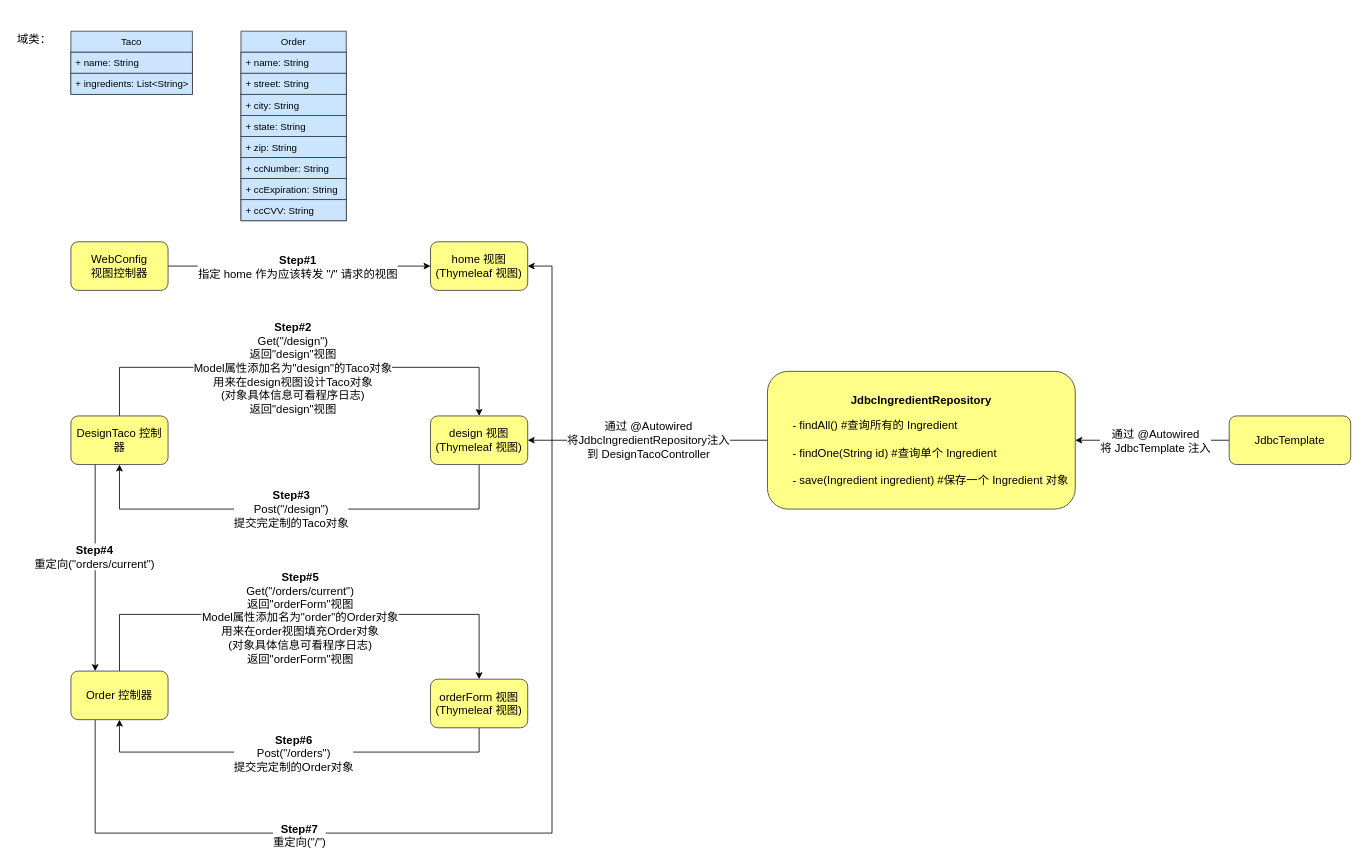
This is flow_chart.drawio from LilithCoder/taco-cloud, a draw.io file, before an edit. Source tidied: cells renumbered, new cells numbered last; positions are measured from the earlier drawing's top-left corner, leaving out a move shared by most shapes. Both pictures are drawn from the tidied source at 81%, with x=0, y=0 at pixel (14, 31).
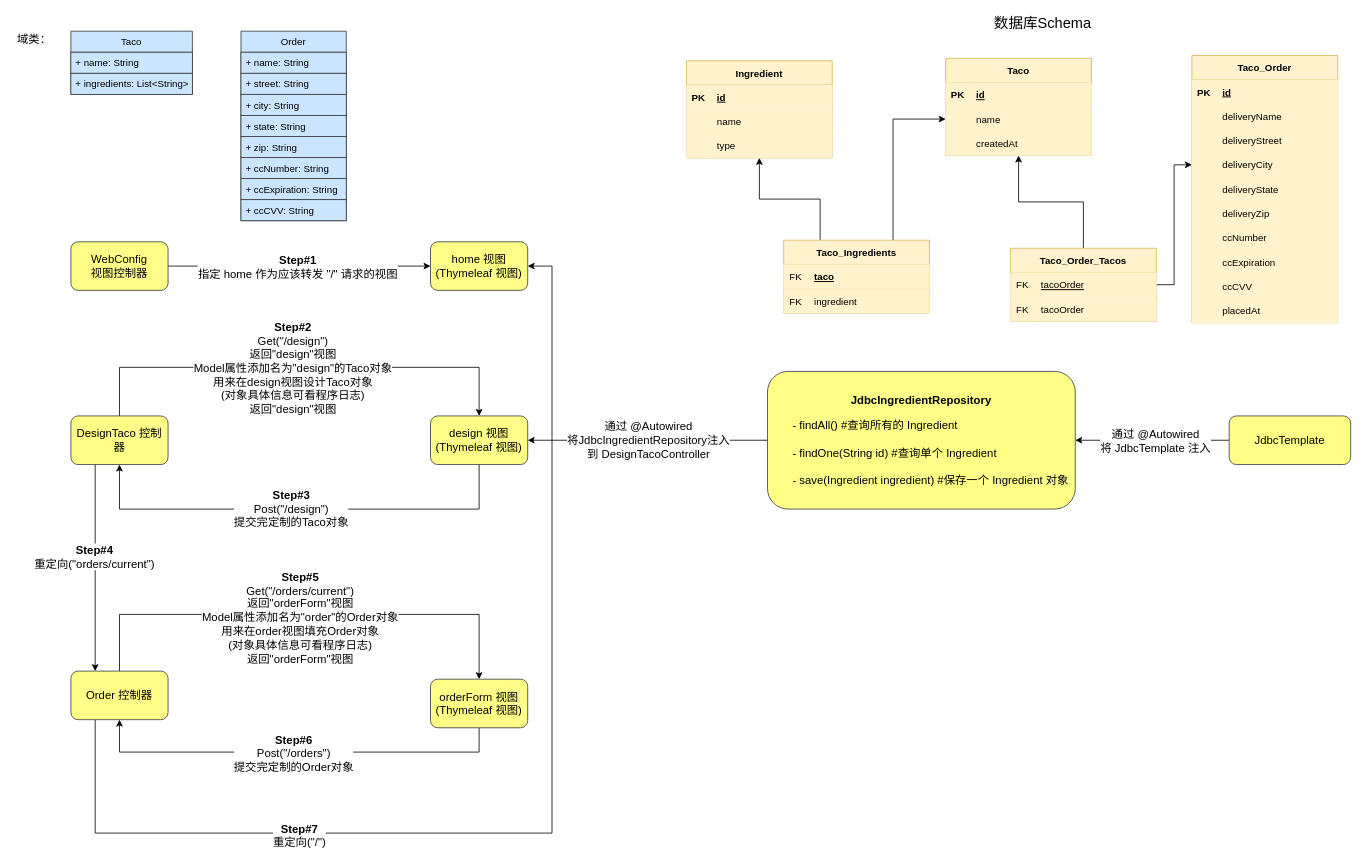
The same diagram, later.

The edit, as a diff of the source:
```diff
@@
+    <mxCell id="41" value="Ingredient" style="shape=table;startSize=30;childLayout=tableLayout;rowLines=0;fontStyle=1;align=center;fillColor=#fff2cc;strokeColor=#d6b656;" parent="1" vertex="1">
+      <mxGeometry x="830" y="36.5" width="180" height="120" as="geometry" />
+    </mxCell>
+    <mxCell id="42" style="shape=partialRectangle;fillColor=#fff2cc;top=0;left=0;bottom=1;right=0;strokeColor=#d6b656;" parent="41" vertex="1">
+      <mxGeometry y="30" width="180" height="30" as="geometry" />
+    </mxCell>
+    <mxCell id="43" value="PK" style="shape=partialRectangle;fillColor=#fff2cc;top=0;left=0;bottom=0;right=0;fontStyle=1;overflow=hidden;strokeColor=#d6b656;" parent="42" vertex="1">
+      <mxGeometry width="30" height="30" as="geometry" />
+    </mxCell>
+    <mxCell id="44" value="id" style="shape=partialRectangle;fillColor=#fff2cc;top=0;left=0;bottom=0;right=0;align=left;spacingLeft=6;fontStyle=5;overflow=hidden;strokeColor=#d6b656;" parent="42" vertex="1">
+      <mxGeometry x="30" width="150" height="30" as="geometry" />
+    </mxCell>
+    <mxCell id="45" style="shape=partialRectangle;fillColor=#fff2cc;top=0;left=0;bottom=0;right=0;strokeColor=#d6b656;" parent="41" vertex="1">
+      <mxGeometry y="60" width="180" height="30" as="geometry" />
+    </mxCell>
+    <mxCell id="46" style="shape=partialRectangle;fillColor=#fff2cc;top=0;left=0;bottom=0;right=0;overflow=hidden;strokeColor=#d6b656;" parent="45" vertex="1">
+      <mxGeometry width="30" height="30" as="geometry" />
+    </mxCell>
+    <mxCell id="47" value="name" style="shape=partialRectangle;fillColor=#fff2cc;top=0;left=0;bottom=0;right=0;align=left;spacingLeft=6;overflow=hidden;strokeColor=#d6b656;" parent="45" vertex="1">
+      <mxGeometry x="30" width="150" height="30" as="geometry" />
+    </mxCell>
+    <mxCell id="48" style="shape=partialRectangle;fillColor=#fff2cc;top=0;left=0;bottom=0;right=0;strokeColor=#d6b656;" parent="41" vertex="1">
+      <mxGeometry y="90" width="180" height="30" as="geometry" />
+    </mxCell>
+    <mxCell id="49" style="shape=partialRectangle;fillColor=#fff2cc;top=0;left=0;bottom=0;right=0;overflow=hidden;strokeColor=#d6b656;" parent="48" vertex="1">
+      <mxGeometry width="30" height="30" as="geometry" />
+    </mxCell>
+    <mxCell id="50" value="type" style="shape=partialRectangle;fillColor=#fff2cc;top=0;left=0;bottom=0;right=0;align=left;spacingLeft=6;overflow=hidden;strokeColor=#d6b656;" parent="48" vertex="1">
+      <mxGeometry x="30" width="150" height="30" as="geometry" />
+    </mxCell>
+    <mxCell id="51" value="Taco" style="shape=table;startSize=30;childLayout=tableLayout;rowLines=0;fontStyle=1;align=center;fillColor=#fff2cc;strokeColor=#d6b656;" parent="1" vertex="1">
+      <mxGeometry x="1150" y="33.5" width="180" height="120" as="geometry" />
+    </mxCell>
+    <mxCell id="52" style="shape=partialRectangle;fillColor=#fff2cc;top=0;left=0;bottom=1;right=0;strokeColor=#d6b656;" parent="51" vertex="1">
+      <mxGeometry y="30" width="180" height="30" as="geometry" />
+    </mxCell>
+    <mxCell id="53" value="PK" style="shape=partialRectangle;fillColor=#fff2cc;top=0;left=0;bottom=0;right=0;fontStyle=1;overflow=hidden;strokeColor=#d6b656;" parent="52" vertex="1">
+      <mxGeometry width="30" height="30" as="geometry" />
+    </mxCell>
+    <mxCell id="54" value="id" style="shape=partialRectangle;fillColor=#fff2cc;top=0;left=0;bottom=0;right=0;align=left;spacingLeft=6;fontStyle=5;overflow=hidden;strokeColor=#d6b656;" parent="52" vertex="1">
+      <mxGeometry x="30" width="150" height="30" as="geometry" />
+    </mxCell>
+    <mxCell id="55" style="shape=partialRectangle;fillColor=#fff2cc;top=0;left=0;bottom=0;right=0;points=[[0,0.5],[1,0.5]];portConstraint=eastwest;strokeColor=#d6b656;" parent="51" vertex="1">
+      <mxGeometry y="60" width="180" height="30" as="geometry" />
+    </mxCell>
+    <mxCell id="56" style="shape=partialRectangle;fillColor=#fff2cc;top=0;left=0;bottom=0;right=0;overflow=hidden;strokeColor=#d6b656;" parent="55" vertex="1">
+      <mxGeometry width="30" height="30" as="geometry" />
+    </mxCell>
+    <mxCell id="57" value="name" style="shape=partialRectangle;fillColor=#fff2cc;top=0;left=0;bottom=0;right=0;align=left;spacingLeft=6;overflow=hidden;strokeColor=#d6b656;" parent="55" vertex="1">
+      <mxGeometry x="30" width="150" height="30" as="geometry" />
+    </mxCell>
+    <mxCell id="58" style="shape=partialRectangle;fillColor=#fff2cc;top=0;left=0;bottom=0;right=0;strokeColor=#d6b656;" parent="51" vertex="1">
+      <mxGeometry y="90" width="180" height="30" as="geometry" />
+    </mxCell>
+    <mxCell id="59" style="shape=partialRectangle;fillColor=#fff2cc;top=0;left=0;bottom=0;right=0;overflow=hidden;strokeColor=#d6b656;" parent="58" vertex="1">
+      <mxGeometry width="30" height="30" as="geometry" />
+    </mxCell>
+    <mxCell id="60" value="createdAt" style="shape=partialRectangle;fillColor=#fff2cc;top=0;left=0;bottom=0;right=0;align=left;spacingLeft=6;overflow=hidden;strokeColor=#d6b656;" parent="58" vertex="1">
+      <mxGeometry x="30" width="150" height="30" as="geometry" />
+    </mxCell>
+    <mxCell id="61" style="edgeStyle=orthogonalEdgeStyle;rounded=0;jettySize=auto;html=1;exitX=0.25;exitY=0;exitDx=0;exitDy=0;entryX=0.5;entryY=1;entryDx=0;entryDy=0;" parent="1" edge="1" source="63" target="41">
+      <mxGeometry relative="1" as="geometry" />
+    </mxCell>
+    <mxCell id="62" style="edgeStyle=orthogonalEdgeStyle;rounded=0;jettySize=auto;html=1;exitX=0.75;exitY=0;exitDx=0;exitDy=0;entryX=0;entryY=0.5;entryDx=0;entryDy=0;" parent="1" edge="1" source="63" target="55">
+      <mxGeometry relative="1" as="geometry" />
+    </mxCell>
+    <mxCell id="63" value="Taco_Ingredients" style="shape=table;startSize=30;childLayout=tableLayout;rowLines=0;fontStyle=1;align=center;fillColor=#fff2cc;strokeColor=#d6b656;" parent="1" vertex="1">
+      <mxGeometry x="950" y="258" width="180" height="90" as="geometry" />
+    </mxCell>
+    <mxCell id="64" style="shape=partialRectangle;fillColor=#fff2cc;top=0;left=0;bottom=1;right=0;strokeColor=#d6b656;" parent="63" vertex="1">
+      <mxGeometry y="30" width="180" height="30" as="geometry" />
+    </mxCell>
+    <mxCell id="65" value="FK" style="shape=partialRectangle;fillColor=#fff2cc;top=0;left=0;bottom=0;right=0;fontStyle=0;overflow=hidden;strokeColor=#d6b656;" parent="64" vertex="1">
+      <mxGeometry width="30" height="30" as="geometry" />
+    </mxCell>
+    <mxCell id="66" value="taco" style="shape=partialRectangle;fillColor=#fff2cc;top=0;left=0;bottom=0;right=0;align=left;spacingLeft=6;fontStyle=5;overflow=hidden;strokeColor=#d6b656;" parent="64" vertex="1">
+      <mxGeometry x="30" width="150" height="30" as="geometry" />
+    </mxCell>
+    <mxCell id="67" style="shape=partialRectangle;fillColor=#fff2cc;top=0;left=0;bottom=0;right=0;strokeColor=#d6b656;" parent="63" vertex="1">
+      <mxGeometry y="60" width="180" height="30" as="geometry" />
+    </mxCell>
+    <mxCell id="68" value="FK" style="shape=partialRectangle;fillColor=#fff2cc;top=0;left=0;bottom=0;right=0;overflow=hidden;strokeColor=#d6b656;" parent="67" vertex="1">
+      <mxGeometry width="30" height="30" as="geometry" />
+    </mxCell>
+    <mxCell id="69" value="ingredient" style="shape=partialRectangle;fillColor=#fff2cc;top=0;left=0;bottom=0;right=0;align=left;spacingLeft=6;overflow=hidden;strokeColor=#d6b656;" parent="67" vertex="1">
+      <mxGeometry x="30" width="150" height="30" as="geometry" />
+    </mxCell>
+    <mxCell id="70" style="edgeStyle=orthogonalEdgeStyle;rounded=0;jettySize=auto;html=1;exitX=0.5;exitY=0;exitDx=0;exitDy=0;entryX=0.5;entryY=1;entryDx=0;entryDy=0;" parent="1" edge="1" source="72" target="51">
+      <mxGeometry relative="1" as="geometry" />
+    </mxCell>
+    <mxCell id="71" style="edgeStyle=orthogonalEdgeStyle;rounded=0;jettySize=auto;html=1;exitX=1;exitY=0.5;exitDx=0;exitDy=0;entryX=0;entryY=0.5;entryDx=0;entryDy=0;" parent="1" edge="1" source="72" target="89">
+      <mxGeometry relative="1" as="geometry" />
+    </mxCell>
+    <mxCell id="72" value="Taco_Order_Tacos" style="shape=table;startSize=30;childLayout=tableLayout;rowLines=0;fontStyle=1;align=center;fillColor=#fff2cc;strokeColor=#d6b656;" parent="1" vertex="1">
+      <mxGeometry x="1230" y="268" width="180" height="90" as="geometry" />
+    </mxCell>
+    <mxCell id="73" style="shape=partialRectangle;fillColor=#fff2cc;top=0;left=0;bottom=1;right=0;strokeColor=#d6b656;" parent="72" vertex="1">
+      <mxGeometry y="30" width="180" height="30" as="geometry" />
+    </mxCell>
+    <mxCell id="74" value="FK" style="shape=partialRectangle;fillColor=#fff2cc;top=0;left=0;bottom=0;right=0;fontStyle=0;overflow=hidden;strokeColor=#d6b656;" parent="73" vertex="1">
+      <mxGeometry width="30" height="30" as="geometry" />
+    </mxCell>
+    <mxCell id="75" value="tacoOrder" style="shape=partialRectangle;fillColor=#fff2cc;top=0;left=0;bottom=0;right=0;align=left;spacingLeft=6;fontStyle=4;overflow=hidden;strokeColor=#d6b656;" parent="73" vertex="1">
+      <mxGeometry x="30" width="150" height="30" as="geometry" />
+    </mxCell>
+    <mxCell id="76" style="shape=partialRectangle;fillColor=#fff2cc;top=0;left=0;bottom=0;right=0;strokeColor=#d6b656;" parent="72" vertex="1">
+      <mxGeometry y="60" width="180" height="30" as="geometry" />
+    </mxCell>
+    <mxCell id="77" value="FK" style="shape=partialRectangle;fillColor=#fff2cc;top=0;left=0;bottom=0;right=0;overflow=hidden;strokeColor=#d6b656;" parent="76" vertex="1">
+      <mxGeometry width="30" height="30" as="geometry" />
+    </mxCell>
+    <mxCell id="78" value="tacoOrder" style="shape=partialRectangle;fillColor=#fff2cc;top=0;left=0;bottom=0;right=0;align=left;spacingLeft=6;overflow=hidden;strokeColor=#d6b656;" parent="76" vertex="1">
+      <mxGeometry x="30" width="150" height="30" as="geometry" />
+    </mxCell>
+    <mxCell id="79" value="Taco_Order" style="shape=table;startSize=30;childLayout=tableLayout;rowLines=0;fontStyle=1;align=center;fillColor=#fff2cc;strokeColor=#d6b656;" parent="1" vertex="1">
+      <mxGeometry x="1454" y="30" width="180" height="330" as="geometry" />
+    </mxCell>
+    <mxCell id="80" style="shape=partialRectangle;fillColor=#fff2cc;top=0;left=0;bottom=1;right=0;strokeColor=#d6b656;" parent="79" vertex="1">
+      <mxGeometry y="30" width="180" height="30" as="geometry" />
+    </mxCell>
+    <mxCell id="81" value="PK" style="shape=partialRectangle;fillColor=#fff2cc;top=0;left=0;bottom=0;right=0;fontStyle=1;overflow=hidden;strokeColor=#d6b656;" parent="80" vertex="1">
+      <mxGeometry width="30" height="30" as="geometry" />
+    </mxCell>
+    <mxCell id="82" value="id" style="shape=partialRectangle;fillColor=#fff2cc;top=0;left=0;bottom=0;right=0;align=left;spacingLeft=6;fontStyle=5;overflow=hidden;strokeColor=#d6b656;" parent="80" vertex="1">
+      <mxGeometry x="30" width="150" height="30" as="geometry" />
+    </mxCell>
+    <mxCell id="83" style="shape=partialRectangle;fillColor=#fff2cc;top=0;left=0;bottom=0;right=0;strokeColor=#d6b656;" parent="79" vertex="1">
+      <mxGeometry y="60" width="180" height="30" as="geometry" />
+    </mxCell>
+    <mxCell id="84" style="shape=partialRectangle;fillColor=#fff2cc;top=0;left=0;bottom=0;right=0;overflow=hidden;strokeColor=#d6b656;" parent="83" vertex="1">
+      <mxGeometry width="30" height="30" as="geometry" />
+    </mxCell>
+    <mxCell id="85" value="deliveryName" style="shape=partialRectangle;fillColor=#fff2cc;top=0;left=0;bottom=0;right=0;align=left;spacingLeft=6;overflow=hidden;strokeColor=#d6b656;" parent="83" vertex="1">
+      <mxGeometry x="30" width="150" height="30" as="geometry" />
+    </mxCell>
+    <mxCell id="86" style="shape=partialRectangle;fillColor=#fff2cc;top=0;left=0;bottom=0;right=0;strokeColor=#d6b656;" parent="79" vertex="1">
+      <mxGeometry y="90" width="180" height="30" as="geometry" />
+    </mxCell>
+    <mxCell id="87" style="shape=partialRectangle;fillColor=#fff2cc;top=0;left=0;bottom=0;right=0;overflow=hidden;strokeColor=#d6b656;" parent="86" vertex="1">
+      <mxGeometry width="30" height="30" as="geometry" />
+    </mxCell>
+    <mxCell id="88" value="deliveryStreet" style="shape=partialRectangle;fillColor=#fff2cc;top=0;left=0;bottom=0;right=0;align=left;spacingLeft=6;overflow=hidden;strokeColor=#d6b656;" parent="86" vertex="1">
+      <mxGeometry x="30" width="150" height="30" as="geometry" />
+    </mxCell>
+    <mxCell id="89" style="shape=partialRectangle;fillColor=#fff2cc;top=0;left=0;bottom=0;right=0;points=[[0,0.5],[1,0.5]];portConstraint=eastwest;strokeColor=#d6b656;" parent="79" vertex="1">
+      <mxGeometry y="120" width="180" height="30" as="geometry" />
+    </mxCell>
+    <mxCell id="90" style="shape=partialRectangle;fillColor=#fff2cc;top=0;left=0;bottom=0;right=0;overflow=hidden;strokeColor=#d6b656;" parent="89" vertex="1">
+      <mxGeometry width="30" height="30" as="geometry" />
+    </mxCell>
+    <mxCell id="91" value="deliveryCity" style="shape=partialRectangle;fillColor=#fff2cc;top=0;left=0;bottom=0;right=0;align=left;spacingLeft=6;overflow=hidden;strokeColor=#d6b656;" parent="89" vertex="1">
+      <mxGeometry x="30" width="150" height="30" as="geometry" />
+    </mxCell>
+    <mxCell id="92" style="shape=partialRectangle;fillColor=#fff2cc;top=0;left=0;bottom=0;right=0;strokeColor=#d6b656;" parent="79" vertex="1">
+      <mxGeometry y="150" width="180" height="30" as="geometry" />
+    </mxCell>
+    <mxCell id="93" style="shape=partialRectangle;fillColor=#fff2cc;top=0;left=0;bottom=0;right=0;overflow=hidden;strokeColor=#d6b656;" parent="92" vertex="1">
+      <mxGeometry width="30" height="30" as="geometry" />
+    </mxCell>
+    <mxCell id="94" value="deliveryState" style="shape=partialRectangle;fillColor=#fff2cc;top=0;left=0;bottom=0;right=0;align=left;spacingLeft=6;overflow=hidden;strokeColor=#d6b656;" parent="92" vertex="1">
+      <mxGeometry x="30" width="150" height="30" as="geometry" />
+    </mxCell>
+    <mxCell id="95" style="shape=partialRectangle;fillColor=#fff2cc;top=0;left=0;bottom=0;right=0;strokeColor=#d6b656;" parent="79" vertex="1">
+      <mxGeometry y="180" width="180" height="30" as="geometry" />
+    </mxCell>
+    <mxCell id="96" style="shape=partialRectangle;fillColor=#fff2cc;top=0;left=0;bottom=0;right=0;overflow=hidden;strokeColor=#d6b656;" parent="95" vertex="1">
+      <mxGeometry width="30" height="30" as="geometry" />
+    </mxCell>
+    <mxCell id="97" value="deliveryZip" style="shape=partialRectangle;fillColor=#fff2cc;top=0;left=0;bottom=0;right=0;align=left;spacingLeft=6;overflow=hidden;strokeColor=#d6b656;" parent="95" vertex="1">
+      <mxGeometry x="30" width="150" height="30" as="geometry" />
+    </mxCell>
+    <mxCell id="98" style="shape=partialRectangle;fillColor=#fff2cc;top=0;left=0;bottom=0;right=0;strokeColor=#d6b656;" parent="79" vertex="1">
+      <mxGeometry y="210" width="180" height="30" as="geometry" />
+    </mxCell>
+    <mxCell id="99" style="shape=partialRectangle;fillColor=#fff2cc;top=0;left=0;bottom=0;right=0;overflow=hidden;strokeColor=#d6b656;" parent="98" vertex="1">
+      <mxGeometry width="30" height="30" as="geometry" />
+    </mxCell>
+    <mxCell id="100" value="ccNumber" style="shape=partialRectangle;fillColor=#fff2cc;top=0;left=0;bottom=0;right=0;align=left;spacingLeft=6;overflow=hidden;strokeColor=#d6b656;" parent="98" vertex="1">
+      <mxGeometry x="30" width="150" height="30" as="geometry" />
+    </mxCell>
+    <mxCell id="101" style="shape=partialRectangle;fillColor=#fff2cc;top=0;left=0;bottom=0;right=0;strokeColor=#d6b656;" parent="79" vertex="1">
+      <mxGeometry y="240" width="180" height="30" as="geometry" />
+    </mxCell>
+    <mxCell id="102" style="shape=partialRectangle;fillColor=#fff2cc;top=0;left=0;bottom=0;right=0;overflow=hidden;strokeColor=#d6b656;" parent="101" vertex="1">
+      <mxGeometry width="30" height="30" as="geometry" />
+    </mxCell>
+    <mxCell id="103" value="ccExpiration" style="shape=partialRectangle;fillColor=#fff2cc;top=0;left=0;bottom=0;right=0;align=left;spacingLeft=6;overflow=hidden;strokeColor=#d6b656;" parent="101" vertex="1">
+      <mxGeometry x="30" width="150" height="30" as="geometry" />
+    </mxCell>
+    <mxCell id="104" style="shape=partialRectangle;fillColor=#fff2cc;top=0;left=0;bottom=0;right=0;strokeColor=#d6b656;" parent="79" vertex="1">
+      <mxGeometry y="270" width="180" height="30" as="geometry" />
+    </mxCell>
+    <mxCell id="105" style="shape=partialRectangle;fillColor=#fff2cc;top=0;left=0;bottom=0;right=0;overflow=hidden;strokeColor=#d6b656;" parent="104" vertex="1">
+      <mxGeometry width="30" height="30" as="geometry" />
+    </mxCell>
+    <mxCell id="106" value="ccCVV" style="shape=partialRectangle;fillColor=#fff2cc;top=0;left=0;bottom=0;right=0;align=left;spacingLeft=6;overflow=hidden;strokeColor=#d6b656;" parent="104" vertex="1">
+      <mxGeometry x="30" width="150" height="30" as="geometry" />
+    </mxCell>
+    <mxCell id="107" style="shape=partialRectangle;fillColor=#fff2cc;top=0;left=0;bottom=0;right=0;strokeColor=#d6b656;" parent="79" vertex="1">
+      <mxGeometry y="300" width="180" height="30" as="geometry" />
+    </mxCell>
+    <mxCell id="108" style="shape=partialRectangle;fillColor=#fff2cc;top=0;left=0;bottom=0;right=0;overflow=hidden;strokeColor=#d6b656;" parent="107" vertex="1">
+      <mxGeometry width="30" height="30" as="geometry" />
+    </mxCell>
+    <mxCell id="109" value="placedAt" style="shape=partialRectangle;fillColor=#fff2cc;top=0;left=0;bottom=0;right=0;align=left;spacingLeft=6;overflow=hidden;strokeColor=#d6b656;" parent="107" vertex="1">
+      <mxGeometry x="30" width="150" height="30" as="geometry" />
+    </mxCell>
+    <mxCell id="110" value="&lt;font style=&quot;font-size: 18px&quot;&gt;数据库Schema&lt;/font&gt;" style="text;html=1;strokeColor=none;fillColor=none;align=center;verticalAlign=middle;whiteSpace=wrap;rounded=0;" parent="1" vertex="1">
+      <mxGeometry x="1200" y="-20" width="140" height="20" as="geometry" />
+    </mxCell>
```
